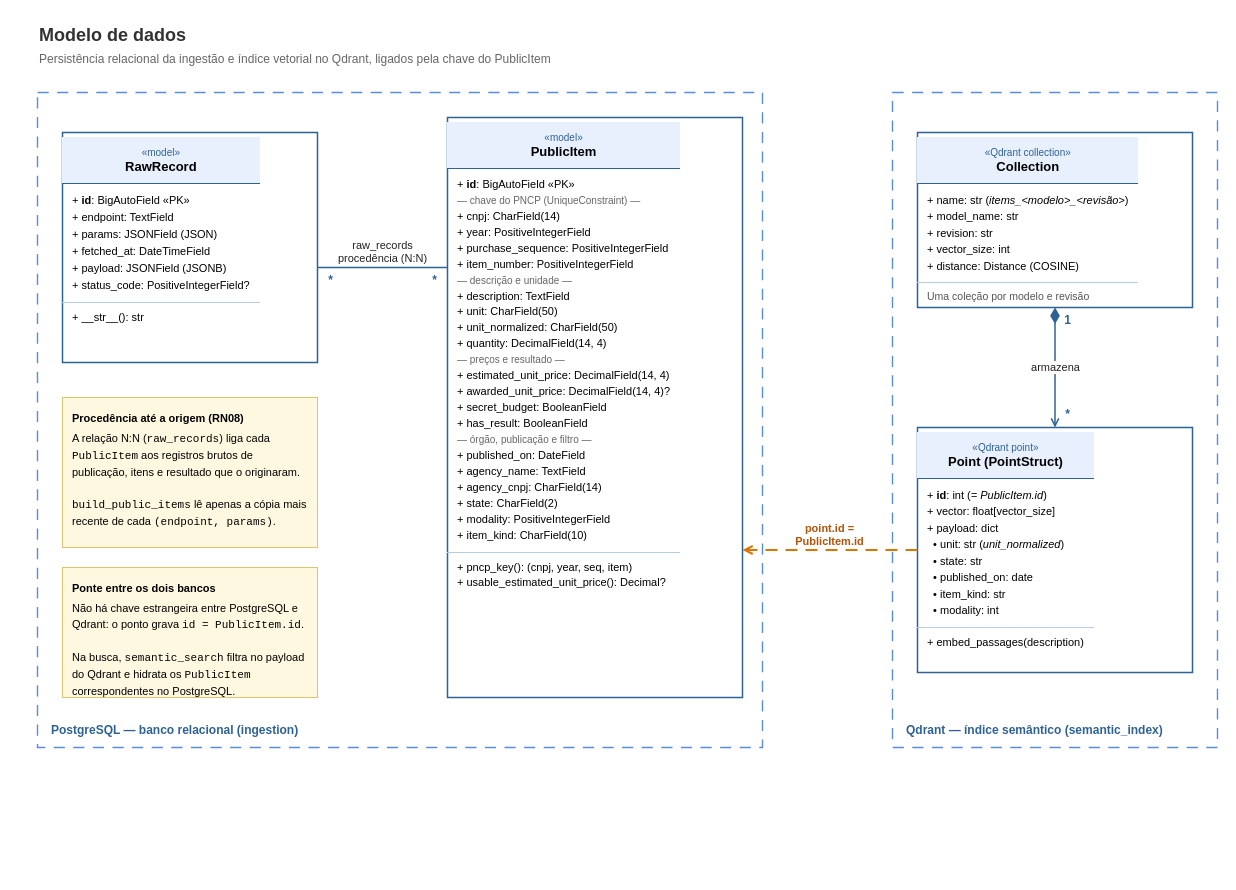
This is page "Modelo de dados" (7 of 7) of docs/arquitetura/arquitetura.drawio from RNobre1/tcc-licitacoes-municipais, a draw.io file, before an edit. Source tidied: cells renumbered, new cells numbered last; positions are measured from the earlier drawing's top-left corner, leaving out a move shared by most shapes. Both pictures are drawn from the tidied source at 100%, with x=0, y=0 at pixel (37, 22).
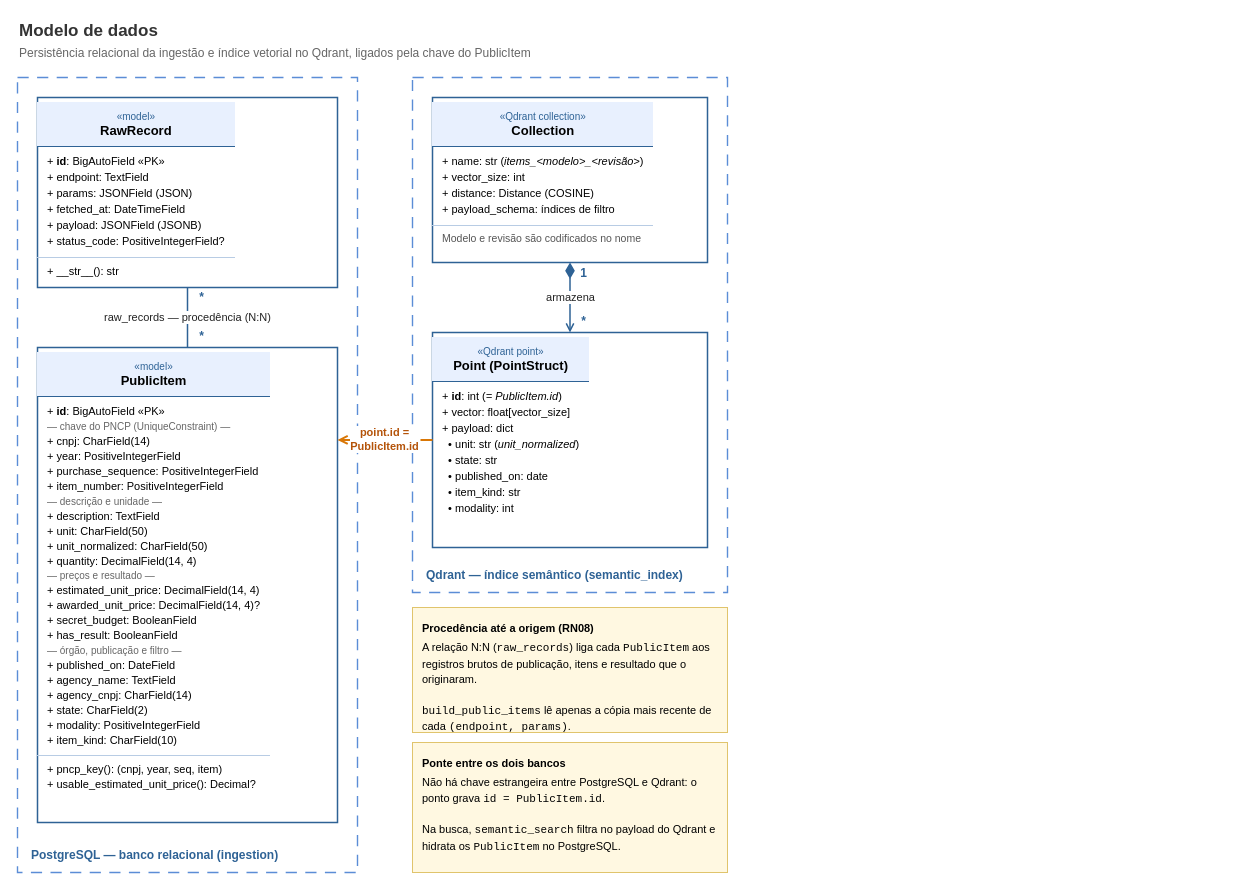
The same page after the edit.

Commit message (it also covers changes not shown here):
docs(arquitetura): partir sequência em duas figuras, corrigir filtros e reduzir largura

What changed in the source:
```diff
@@
 <mxGraphModel>
   <root>
     <mxCell id="0" />
     <mxCell id="1" parent="0" />
-    <mxCell id="2" value="&lt;b&gt;Modelo de dados&lt;/b&gt;&lt;br&gt;&lt;font style=&quot;font-size: 12px; color: #666666;&quot;&gt;Persistência relacional da ingestão e índice vetorial no Qdrant, ligados pela chave do PublicItem&lt;/font&gt;" style="text;html=1;align=left;verticalAlign=middle;fontSize=18;fontColor=#333333;" parent="1" vertex="1">
-      <mxGeometry width="880" height="48" as="geometry" />
+    <mxCell id="2" value="&lt;b&gt;Modelo de dados&lt;/b&gt;&lt;br&gt;&lt;font style=&quot;font-size: 12px; color: #666666;&quot;&gt;Persistência relacional da ingestão e índice vetorial no Qdrant, ligados pela chave do PublicItem&lt;/font&gt;" style="text;html=1;align=left;verticalAlign=middle;fontSize=17;fontColor=#333333;" parent="1" vertex="1">
+      <mxGeometry x="-20" y="-5" width="710" height="48" as="geometry" />
     </mxCell>
     <mxCell id="3" value="PostgreSQL — banco relacional (ingestion)" style="rounded=0;whiteSpace=wrap;html=1;dashed=1;dashPattern=8 6;fillColor=none;strokeColor=#5B8DD6;strokeWidth=1.4;fontSize=12;fontColor=#2E6295;fontStyle=1;verticalAlign=bottom;align=left;spacingLeft=12;spacingBottom=8;" parent="1" vertex="1">
-      <mxGeometry y="70" width="725" height="655" as="geometry" />
+      <mxGeometry x="-20" y="55" width="340" height="795" as="geometry" />
     </mxCell>
     <mxCell id="4" value="Qdrant — índice semântico (semantic_index)" style="rounded=0;whiteSpace=wrap;html=1;dashed=1;dashPattern=8 6;fillColor=none;strokeColor=#5B8DD6;strokeWidth=1.4;fontSize=12;fontColor=#2E6295;fontStyle=1;verticalAlign=bottom;align=left;spacingLeft=12;spacingBottom=8;" parent="1" vertex="1">
-      <mxGeometry x="855" y="70" width="325" height="655" as="geometry" />
+      <mxGeometry x="375" y="55" width="315" height="515" as="geometry" />
     </mxCell>
-    <mxCell id="5" value="&lt;div style=&quot;background:#E8F0FE; border-bottom:1.5px solid #2E6295; padding:8px; text-align:center;&quot;&gt;&lt;span style=&quot;font-size:10px; color:#2E6295;&quot;&gt;«model»&lt;/span&gt;&lt;br&gt;&lt;b style=&quot;font-size:13px;&quot;&gt;RawRecord&lt;/b&gt;&lt;/div&gt;&lt;div style=&quot;padding:8px 10px; border-bottom:1px solid #B8CCE4; font-size:11px; line-height:1.55;&quot;&gt;+ &lt;b&gt;id&lt;/b&gt;: BigAutoField «PK»&lt;br&gt;+ endpoint: TextField&lt;br&gt;+ params: JSONField (JSON)&lt;br&gt;+ fetched_at: DateTimeField&lt;br&gt;+ payload: JSONField (JSONB)&lt;br&gt;+ status_code: PositiveIntegerField?&lt;/div&gt;&lt;div style=&quot;padding:7px 10px; font-size:11px; line-height:1.4;&quot;&gt;+ __str__(): str&lt;/div&gt;" style="rounded=0;whiteSpace=wrap;html=1;fillColor=#FFFFFF;strokeColor=#2E6295;strokeWidth=1.5;align=left;verticalAlign=top;spacing=0;" parent="1" vertex="1">
-      <mxGeometry x="25" y="110" width="255" height="230" as="geometry" />
+    <mxCell id="5" value="&lt;div style=&quot;background:#E8F0FE; border-bottom:1.5px solid #2E6295; padding:7px; text-align:center;&quot;&gt;&lt;span style=&quot;font-size:10px; color:#2E6295;&quot;&gt;«model»&lt;/span&gt;&lt;br&gt;&lt;b style=&quot;font-size:13px;&quot;&gt;RawRecord&lt;/b&gt;&lt;/div&gt;&lt;div style=&quot;padding:7px 10px; border-bottom:1px solid #B8CCE4; font-size:11px; line-height:1.45;&quot;&gt;+ &lt;b&gt;id&lt;/b&gt;: BigAutoField «PK»&lt;br&gt;+ endpoint: TextField&lt;br&gt;+ params: JSONField (JSON)&lt;br&gt;+ fetched_at: DateTimeField&lt;br&gt;+ payload: JSONField (JSONB)&lt;br&gt;+ status_code: PositiveIntegerField?&lt;/div&gt;&lt;div style=&quot;padding:6px 10px; font-size:11px; line-height:1.35;&quot;&gt;+ __str__(): str&lt;/div&gt;" style="rounded=0;whiteSpace=wrap;html=1;fillColor=#FFFFFF;strokeColor=#2E6295;strokeWidth=1.5;align=left;verticalAlign=top;spacing=0;" parent="1" vertex="1">
+      <mxGeometry y="75" width="300" height="190" as="geometry" />
     </mxCell>
-    <mxCell id="6" value="&lt;div style=&quot;background:#E8F0FE; border-bottom:1.5px solid #2E6295; padding:8px; text-align:center;&quot;&gt;&lt;span style=&quot;font-size:10px; color:#2E6295;&quot;&gt;«model»&lt;/span&gt;&lt;br&gt;&lt;b style=&quot;font-size:13px;&quot;&gt;PublicItem&lt;/b&gt;&lt;/div&gt;&lt;div style=&quot;padding:8px 10px; border-bottom:1px solid #B8CCE4; font-size:11px; line-height:1.45;&quot;&gt;+ &lt;b&gt;id&lt;/b&gt;: BigAutoField «PK»&lt;br&gt;&lt;span style=&quot;color:#666666; font-size:10px;&quot;&gt;— chave do PNCP (UniqueConstraint) —&lt;/span&gt;&lt;br&gt;+ cnpj: CharField(14)&lt;br&gt;+ year: PositiveIntegerField&lt;br&gt;+ purchase_sequence: PositiveIntegerField&lt;br&gt;+ item_number: PositiveIntegerField&lt;br&gt;&lt;span style=&quot;color:#666666; font-size:10px;&quot;&gt;— descrição e unidade —&lt;/span&gt;&lt;br&gt;+ description: TextField&lt;br&gt;+ unit: CharField(50)&lt;br&gt;+ unit_normalized: CharField(50)&lt;br&gt;+ quantity: DecimalField(14, 4)&lt;br&gt;&lt;span style=&quot;color:#666666; font-size:10px;&quot;&gt;— preços e resultado —&lt;/span&gt;&lt;br&gt;+ estimated_unit_price: DecimalField(14, 4)&lt;br&gt;+ awarded_unit_price: DecimalField(14, 4)?&lt;br&gt;+ secret_budget: BooleanField&lt;br&gt;+ has_result: BooleanField&lt;br&gt;&lt;span style=&quot;color:#666666; font-size:10px;&quot;&gt;— órgão, publicação e filtro —&lt;/span&gt;&lt;br&gt;+ published_on: DateField&lt;br&gt;+ agency_name: TextField&lt;br&gt;+ agency_cnpj: CharField(14)&lt;br&gt;+ state: CharField(2)&lt;br&gt;+ modality: PositiveIntegerField&lt;br&gt;+ item_kind: CharField(10)&lt;/div&gt;&lt;div style=&quot;padding:7px 10px; font-size:11px; line-height:1.45;&quot;&gt;+ pncp_key(): (cnpj, year, seq, item)&lt;br&gt;+ usable_estimated_unit_price(): Decimal?&lt;/div&gt;" style="rounded=0;whiteSpace=wrap;html=1;fillColor=#FFFFFF;strokeColor=#2E6295;strokeWidth=1.5;align=left;verticalAlign=top;spacing=0;" parent="1" vertex="1">
-      <mxGeometry x="410" y="95" width="295" height="580" as="geometry" />
+    <mxCell id="6" value="&lt;div style=&quot;background:#E8F0FE; border-bottom:1.5px solid #2E6295; padding:7px; text-align:center;&quot;&gt;&lt;span style=&quot;font-size:10px; color:#2E6295;&quot;&gt;«model»&lt;/span&gt;&lt;br&gt;&lt;b style=&quot;font-size:13px;&quot;&gt;PublicItem&lt;/b&gt;&lt;/div&gt;&lt;div style=&quot;padding:7px 10px; border-bottom:1px solid #B8CCE4; font-size:11px; line-height:1.36;&quot;&gt;+ &lt;b&gt;id&lt;/b&gt;: BigAutoField «PK»&lt;br&gt;&lt;span style=&quot;color:#666666; font-size:10px;&quot;&gt;— chave do PNCP (UniqueConstraint) —&lt;/span&gt;&lt;br&gt;+ cnpj: CharField(14)&lt;br&gt;+ year: PositiveIntegerField&lt;br&gt;+ purchase_sequence: PositiveIntegerField&lt;br&gt;+ item_number: PositiveIntegerField&lt;br&gt;&lt;span style=&quot;color:#666666; font-size:10px;&quot;&gt;— descrição e unidade —&lt;/span&gt;&lt;br&gt;+ description: TextField&lt;br&gt;+ unit: CharField(50)&lt;br&gt;+ unit_normalized: CharField(50)&lt;br&gt;+ quantity: DecimalField(14, 4)&lt;br&gt;&lt;span style=&quot;color:#666666; font-size:10px;&quot;&gt;— preços e resultado —&lt;/span&gt;&lt;br&gt;+ estimated_unit_price: DecimalField(14, 4)&lt;br&gt;+ awarded_unit_price: DecimalField(14, 4)?&lt;br&gt;+ secret_budget: BooleanField&lt;br&gt;+ has_result: BooleanField&lt;br&gt;&lt;span style=&quot;color:#666666; font-size:10px;&quot;&gt;— órgão, publicação e filtro —&lt;/span&gt;&lt;br&gt;+ published_on: DateField&lt;br&gt;+ agency_name: TextField&lt;br&gt;+ agency_cnpj: CharField(14)&lt;br&gt;+ state: CharField(2)&lt;br&gt;+ modality: PositiveIntegerField&lt;br&gt;+ item_kind: CharField(10)&lt;/div&gt;&lt;div style=&quot;padding:6px 10px; font-size:11px; line-height:1.36;&quot;&gt;+ pncp_key(): (cnpj, year, seq, item)&lt;br&gt;+ usable_estimated_unit_price(): Decimal?&lt;/div&gt;" style="rounded=0;whiteSpace=wrap;html=1;fillColor=#FFFFFF;strokeColor=#2E6295;strokeWidth=1.5;align=left;verticalAlign=top;spacing=0;" parent="1" vertex="1">
+      <mxGeometry y="325" width="300" height="475" as="geometry" />
     </mxCell>
-    <mxCell id="7" value="raw_records&lt;br&gt;procedência (N:N)" style="edgeStyle=none;rounded=0;html=1;fontSize=11;fontColor=#222222;strokeColor=#2E6295;strokeWidth=1.5;endArrow=none;startArrow=none;exitX=1;exitY=0.587;entryX=0;entryY=0.2586;verticalAlign=bottom;labelBackgroundColor=#FFFFFF;" parent="1" edge="1" source="5" target="6">
+    <mxCell id="7" value="raw_records — procedência (N:N)" style="edgeStyle=none;rounded=0;html=1;fontSize=11;fontColor=#222222;strokeColor=#2E6295;strokeWidth=1.5;endArrow=none;startArrow=none;exitX=0.5;exitY=1;entryX=0.5;entryY=0;labelBackgroundColor=#FFFFFF;" parent="1" edge="1" source="5" target="6">
       <mxGeometry relative="1" as="geometry" />
     </mxCell>
     <mxCell id="8" value="*" style="text;html=1;align=center;verticalAlign=middle;fontSize=12;fontStyle=1;fontColor=#2E6295;" parent="1" vertex="1">
-      <mxGeometry x="284" y="248" width="18" height="20" as="geometry" />
+      <mxGeometry x="156" y="266" width="16" height="18" as="geometry" />
     </mxCell>
     <mxCell id="9" value="*" style="text;html=1;align=center;verticalAlign=middle;fontSize=12;fontStyle=1;fontColor=#2E6295;" parent="1" vertex="1">
-      <mxGeometry x="388" y="248" width="18" height="20" as="geometry" />
+      <mxGeometry x="156" y="305" width="16" height="18" as="geometry" />
     </mxCell>
-    <mxCell id="10" value="&lt;b&gt;Procedência até a origem (RN08)&lt;/b&gt;&lt;div style=&quot;margin-top:6px; line-height:1.45;&quot;&gt;A relação N:N (&lt;code&gt;raw_records&lt;/code&gt;) liga cada &lt;code&gt;PublicItem&lt;/code&gt; aos registros brutos de publicação, itens e resultado que o originaram.&lt;br&gt;&lt;br&gt;&lt;code&gt;build_public_items&lt;/code&gt; lê apenas a cópia mais recente de cada &lt;code&gt;(endpoint, params)&lt;/code&gt;.&lt;/div&gt;" style="rounded=0;whiteSpace=wrap;html=1;fillColor=#FFF8E1;strokeColor=#E0C46C;fontSize=11;align=left;verticalAlign=top;spacing=10;" parent="1" vertex="1">
-      <mxGeometry x="25" y="375" width="255" height="150" as="geometry" />
-    </mxCell>
-    <mxCell id="11" value="&lt;b&gt;Ponte entre os dois bancos&lt;/b&gt;&lt;div style=&quot;margin-top:6px; line-height:1.45;&quot;&gt;Não há chave estrangeira entre PostgreSQL e Qdrant: o ponto grava &lt;code&gt;id = PublicItem.id&lt;/code&gt;.&lt;br&gt;&lt;br&gt;Na busca, &lt;code&gt;semantic_search&lt;/code&gt; filtra no payload do Qdrant e hidrata os &lt;code&gt;PublicItem&lt;/code&gt; correspondentes no PostgreSQL.&lt;/div&gt;" style="rounded=0;whiteSpace=wrap;html=1;fillColor=#FFF8E1;strokeColor=#E0C46C;fontSize=11;align=left;verticalAlign=top;spacing=10;" parent="1" vertex="1">
-      <mxGeometry x="25" y="545" width="255" height="130" as="geometry" />
-    </mxCell>
-    <mxCell id="12" value="&lt;div style=&quot;background:#E8F0FE; border-bottom:1.5px solid #2E6295; padding:8px; text-align:center;&quot;&gt;&lt;span style=&quot;font-size:10px; color:#2E6295;&quot;&gt;«Qdrant collection»&lt;/span&gt;&lt;br&gt;&lt;b style=&quot;font-size:13px;&quot;&gt;Collection&lt;/b&gt;&lt;/div&gt;&lt;div style=&quot;padding:8px 10px; border-bottom:1px solid #B8CCE4; font-size:11px; line-height:1.5;&quot;&gt;+ name: str (&lt;i&gt;items_&amp;lt;modelo&amp;gt;_&amp;lt;revisão&amp;gt;&lt;/i&gt;)&lt;br&gt;+ model_name: str&lt;br&gt;+ revision: str&lt;br&gt;+ vector_size: int&lt;br&gt;+ distance: Distance (COSINE)&lt;/div&gt;&lt;div style=&quot;padding:7px 10px; font-size:10.5px; color:#555555;&quot;&gt;Uma coleção por modelo e revisão&lt;/div&gt;" style="rounded=0;whiteSpace=wrap;html=1;fillColor=#FFFFFF;strokeColor=#2E6295;strokeWidth=1.5;align=left;verticalAlign=top;spacing=0;" parent="1" vertex="1">
-      <mxGeometry x="880" y="110" width="275" height="175" as="geometry" />
+    <mxCell id="12" value="&lt;div style=&quot;background:#E8F0FE; border-bottom:1.5px solid #2E6295; padding:7px; text-align:center;&quot;&gt;&lt;span style=&quot;font-size:10px; color:#2E6295;&quot;&gt;«Qdrant collection»&lt;/span&gt;&lt;br&gt;&lt;b style=&quot;font-size:13px;&quot;&gt;Collection&lt;/b&gt;&lt;/div&gt;&lt;div style=&quot;padding:7px 10px; border-bottom:1px solid #B8CCE4; font-size:11px; line-height:1.45;&quot;&gt;+ name: str (&lt;i&gt;items_&amp;lt;modelo&amp;gt;_&amp;lt;revisão&amp;gt;&lt;/i&gt;)&lt;br&gt;+ vector_size: int&lt;br&gt;+ distance: Distance (COSINE)&lt;br&gt;+ payload_schema: índices de filtro&lt;/div&gt;&lt;div style=&quot;padding:6px 10px; font-size:10.5px; color:#555555;&quot;&gt;Modelo e revisão são codificados no nome&lt;/div&gt;" style="rounded=0;whiteSpace=wrap;html=1;fillColor=#FFFFFF;strokeColor=#2E6295;strokeWidth=1.5;align=left;verticalAlign=top;spacing=0;" parent="1" vertex="1">
+      <mxGeometry x="395" y="75" width="275" height="165" as="geometry" />
     </mxCell>
-    <mxCell id="13" value="&lt;div style=&quot;background:#E8F0FE; border-bottom:1.5px solid #2E6295; padding:8px; text-align:center;&quot;&gt;&lt;span style=&quot;font-size:10px; color:#2E6295;&quot;&gt;«Qdrant point»&lt;/span&gt;&lt;br&gt;&lt;b style=&quot;font-size:13px;&quot;&gt;Point (PointStruct)&lt;/b&gt;&lt;/div&gt;&lt;div style=&quot;padding:8px 10px; border-bottom:1px solid #B8CCE4; font-size:11px; line-height:1.5;&quot;&gt;+ &lt;b&gt;id&lt;/b&gt;: int (&lt;i&gt;= PublicItem.id&lt;/i&gt;)&lt;br&gt;+ vector: float[vector_size]&lt;br&gt;+ payload: dict&lt;br&gt;&amp;nbsp;&amp;nbsp;• unit: str (&lt;i&gt;unit_normalized&lt;/i&gt;)&lt;br&gt;&amp;nbsp;&amp;nbsp;• state: str&lt;br&gt;&amp;nbsp;&amp;nbsp;• published_on: date&lt;br&gt;&amp;nbsp;&amp;nbsp;• item_kind: str&lt;br&gt;&amp;nbsp;&amp;nbsp;• modality: int&lt;/div&gt;&lt;div style=&quot;padding:7px 10px; font-size:11px; line-height:1.4;&quot;&gt;+ embed_passages(description)&lt;/div&gt;" style="rounded=0;whiteSpace=wrap;html=1;fillColor=#FFFFFF;strokeColor=#2E6295;strokeWidth=1.5;align=left;verticalAlign=top;spacing=0;" parent="1" vertex="1">
-      <mxGeometry x="880" y="405" width="275" height="245" as="geometry" />
+    <mxCell id="13" value="&lt;div style=&quot;background:#E8F0FE; border-bottom:1.5px solid #2E6295; padding:7px; text-align:center;&quot;&gt;&lt;span style=&quot;font-size:10px; color:#2E6295;&quot;&gt;«Qdrant point»&lt;/span&gt;&lt;br&gt;&lt;b style=&quot;font-size:13px;&quot;&gt;Point (PointStruct)&lt;/b&gt;&lt;/div&gt;&lt;div style=&quot;padding:7px 10px; font-size:11px; line-height:1.45;&quot;&gt;+ &lt;b&gt;id&lt;/b&gt;: int (&lt;i&gt;= PublicItem.id&lt;/i&gt;)&lt;br&gt;+ vector: float[vector_size]&lt;br&gt;+ payload: dict&lt;br&gt;&amp;nbsp;&amp;nbsp;• unit: str (&lt;i&gt;unit_normalized&lt;/i&gt;)&lt;br&gt;&amp;nbsp;&amp;nbsp;• state: str&lt;br&gt;&amp;nbsp;&amp;nbsp;• published_on: date&lt;br&gt;&amp;nbsp;&amp;nbsp;• item_kind: str&lt;br&gt;&amp;nbsp;&amp;nbsp;• modality: int&lt;/div&gt;" style="rounded=0;whiteSpace=wrap;html=1;fillColor=#FFFFFF;strokeColor=#2E6295;strokeWidth=1.5;align=left;verticalAlign=top;spacing=0;" parent="1" vertex="1">
+      <mxGeometry x="395" y="310" width="275" height="215" as="geometry" />
     </mxCell>
     <mxCell id="14" value="armazena" style="edgeStyle=none;rounded=0;html=1;fontSize=11;fontColor=#222222;strokeColor=#2E6295;strokeWidth=1.5;startArrow=diamondThin;startFill=1;startSize=12;endArrow=open;endFill=0;exitX=0.5;exitY=1;entryX=0.5;entryY=0;labelBackgroundColor=#FFFFFF;" parent="1" edge="1" source="12" target="13">
       <mxGeometry relative="1" as="geometry" />
     </mxCell>
     <mxCell id="15" value="1" style="text;html=1;align=center;verticalAlign=middle;fontSize=12;fontStyle=1;fontColor=#2E6295;" parent="1" vertex="1">
-      <mxGeometry x="1022" y="288" width="16" height="20" as="geometry" />
+      <mxGeometry x="538" y="242" width="16" height="18" as="geometry" />
     </mxCell>
     <mxCell id="16" value="*" style="text;html=1;align=center;verticalAlign=middle;fontSize=12;fontStyle=1;fontColor=#2E6295;" parent="1" vertex="1">
-      <mxGeometry x="1022" y="382" width="16" height="20" as="geometry" />
+      <mxGeometry x="538" y="290" width="16" height="18" as="geometry" />
     </mxCell>
-    <mxCell id="17" value="point.id =&lt;br&gt;PublicItem.id" style="edgeStyle=none;rounded=0;html=1;fontSize=11;fontStyle=1;fontColor=#B45309;strokeColor=#D97706;strokeWidth=2;dashed=1;dashPattern=6 4;endArrow=open;endFill=0;exitX=0;exitY=0.5;entryX=1;entryY=0.7457;verticalAlign=bottom;labelBackgroundColor=#FFFFFF;" parent="1" edge="1" source="13" target="6">
+    <mxCell id="17" value="point.id =&lt;br&gt;PublicItem.id" style="edgeStyle=none;rounded=0;html=1;fontSize=11;fontStyle=1;fontColor=#B45309;strokeColor=#D97706;strokeWidth=2;dashed=1;dashPattern=6 4;endArrow=open;endFill=0;exitX=0;exitY=0.5;entryX=1;entryY=0.1947;labelBackgroundColor=#FFFFFF;" parent="1" edge="1" source="13" target="6">
       <mxGeometry relative="1" as="geometry" />
     </mxCell>
+    <mxCell id="10" value="&lt;b&gt;Procedência até a origem (RN08)&lt;/b&gt;&lt;div style=&quot;margin-top:5px; line-height:1.4;&quot;&gt;A relação N:N (&lt;code&gt;raw_records&lt;/code&gt;) liga cada &lt;code&gt;PublicItem&lt;/code&gt; aos registros brutos de publicação, itens e resultado que o originaram.&lt;br&gt;&lt;br&gt;&lt;code&gt;build_public_items&lt;/code&gt; lê apenas a cópia mais recente de cada &lt;code&gt;(endpoint, params)&lt;/code&gt;.&lt;/div&gt;" style="rounded=0;whiteSpace=wrap;html=1;fillColor=#FFF8E1;strokeColor=#E0C46C;fontSize=11;align=left;verticalAlign=top;spacing=10;" parent="1" vertex="1">
+      <mxGeometry x="375" y="585" width="315" height="125" as="geometry" />
+    </mxCell>
+    <mxCell id="11" value="&lt;b&gt;Ponte entre os dois bancos&lt;/b&gt;&lt;div style=&quot;margin-top:5px; line-height:1.4;&quot;&gt;Não há chave estrangeira entre PostgreSQL e Qdrant: o ponto grava &lt;code&gt;id = PublicItem.id&lt;/code&gt;.&lt;br&gt;&lt;br&gt;Na busca, &lt;code&gt;semantic_search&lt;/code&gt; filtra no payload do Qdrant e hidrata os &lt;code&gt;PublicItem&lt;/code&gt; no PostgreSQL.&lt;/div&gt;" style="rounded=0;whiteSpace=wrap;html=1;fillColor=#FFF8E1;strokeColor=#E0C46C;fontSize=11;align=left;verticalAlign=top;spacing=10;" parent="1" vertex="1">
+      <mxGeometry x="375" y="720" width="315" height="130" as="geometry" />
+    </mxCell>
   </root>
 </mxGraphModel>
```
